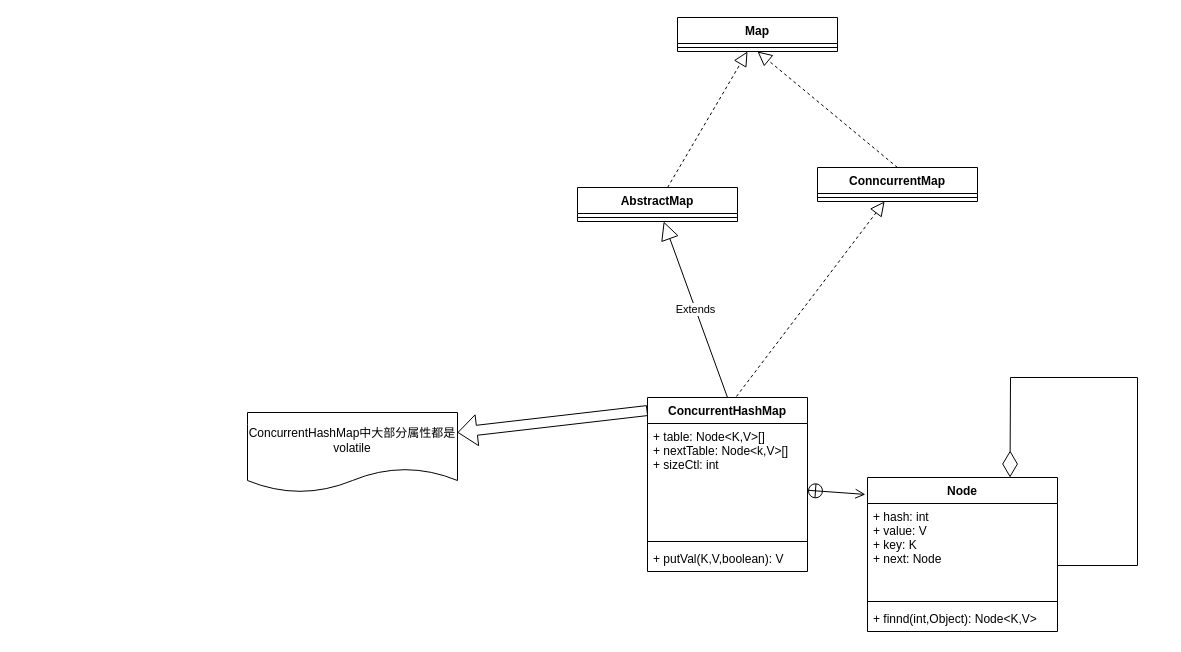
Above: page "classDiagram" (1 of 4) of graphics/ConcurrentHashMap.drawio in xiaomingcong/learnAlgorithm (draw.io), before the change. Source tidied: cells renumbered, new cells numbered last; positions are measured from the earlier drawing's top-left corner, leaving out a move shared by most shapes. Both pictures are drawn from the tidied source at 100%, with x=0, y=0 at pixel (247, 17).
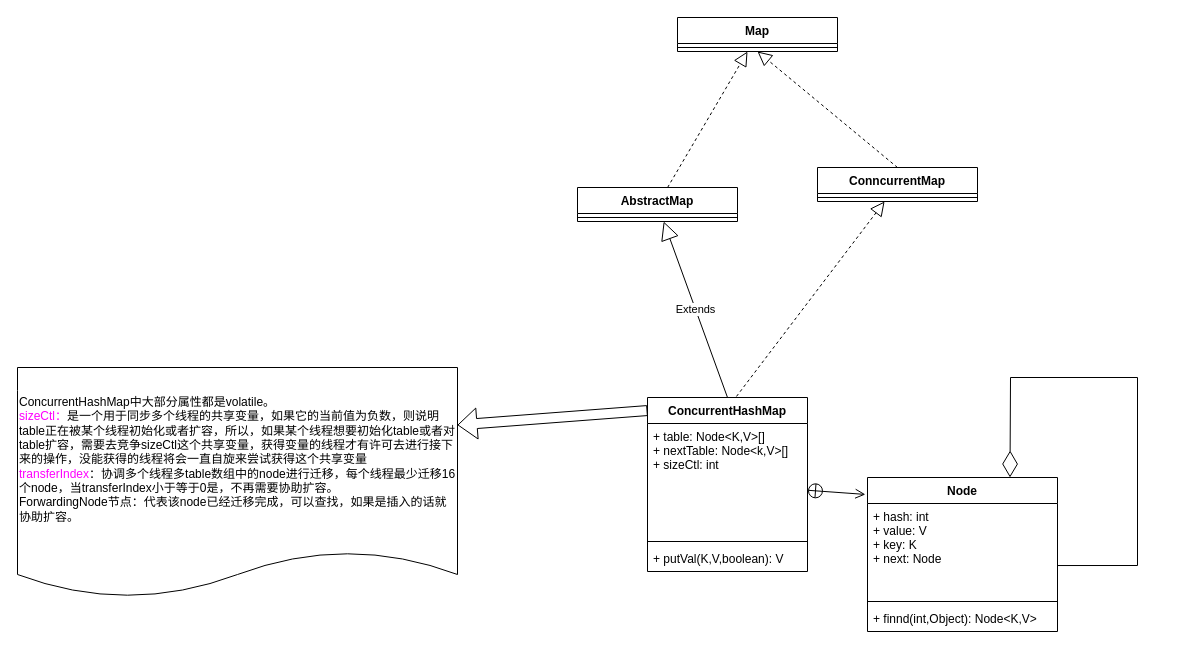
Above is the later version.

Change to the diagram source:
```diff
@@
-    <mxCell id="22" value="ConcurrentHashMap中大部分属性都是volatile" style="shape=document;whiteSpace=wrap;html=1;boundedLbl=1;" parent="1" vertex="1">
-      <mxGeometry y="395" width="210" height="80" as="geometry" />
+    <mxCell id="22" value="ConcurrentHashMap中大部分属性都是volatile。&lt;br&gt;&lt;div&gt;&lt;div&gt;&lt;font color=&quot;#ff00ff&quot;&gt;sizeCtl：&lt;/font&gt;是一个用于同步多个线程的共享变量，如果它的当前值为负数，则说明table正在被某个线程初始化或者扩容，所以，如果某个线程想要初始化table或者对table扩容，需要去竞争sizeCtl这个共享变量，获得变量的线程才有许可去进行接下来的操作，没能获得的线程将会一直自旋来尝试获得这个共享变量&lt;/div&gt;&lt;/div&gt;&lt;div&gt;&lt;font color=&quot;#ff00ff&quot;&gt;transferIndex&lt;/font&gt;：协调多个线程多table数组中的node进行迁移，每个线程最少迁移16个node，当transferIndex小于等于0是，不再需要协助扩容。&lt;/div&gt;&lt;div&gt;ForwardingNode节点：代表该node已经迁移完成，可以查找，如果是插入的话就协助扩容。&lt;/div&gt;" style="shape=document;whiteSpace=wrap;html=1;boundedLbl=1;align=left;size=0.2;" parent="1" vertex="1">
+      <mxGeometry x="-230" y="350" width="440" height="230" as="geometry" />
     </mxCell>
```
